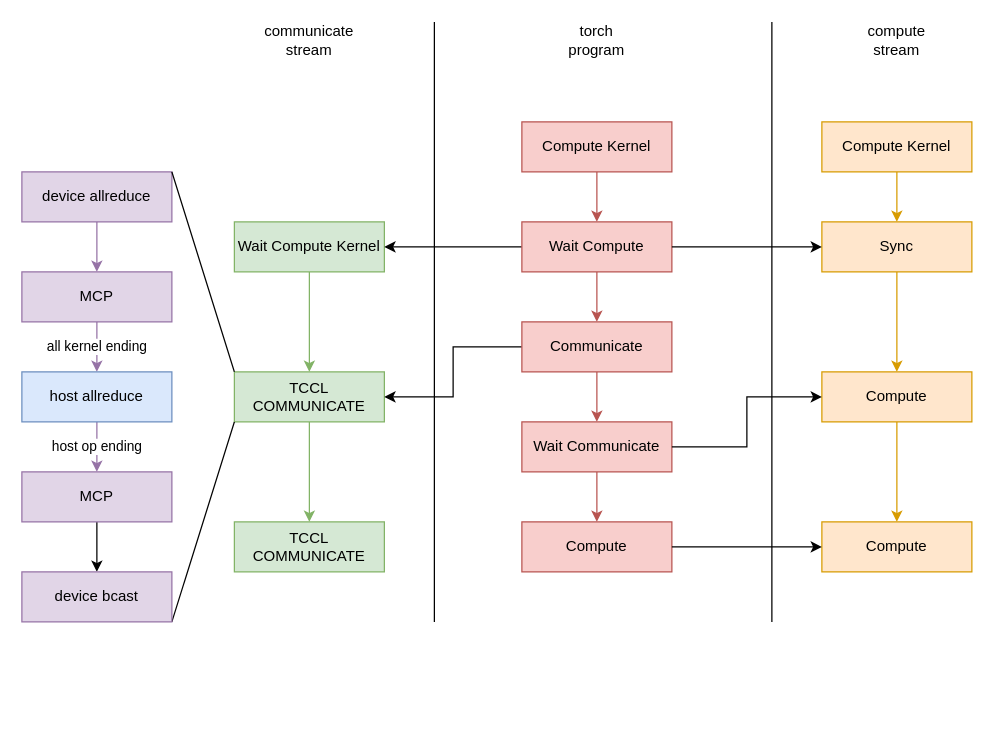
Earlier version of the draw.io diagram torch.drawio (BEYHHH/SBLP). Source tidied: cells renumbered, new cells numbered last; positions are measured from the earlier drawing's top-left corner, leaving out a move shared by most shapes. Both pictures are drawn from the tidied source at 125%, with x=0, y=0 at pixel (21, 21).
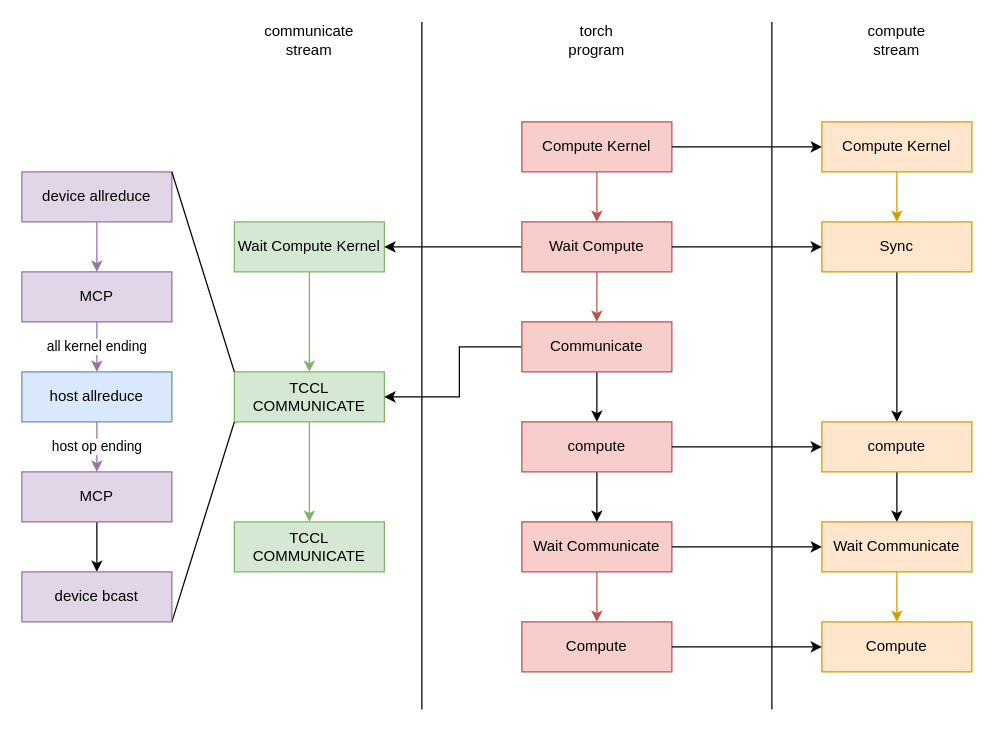
After the change.

The change refers to these unchanged cells:
```xml
<mxCell id="5" value="Compute Kernel" style="rounded=0;whiteSpace=wrap;html=1;fillColor=#ffe6cc;strokeColor=#d79b00;" parent="1" vertex="1">
  <mxGeometry x="640" y="80" width="120" height="40" as="geometry" />
</mxCell>
<mxCell id="8" value="Sync" style="rounded=0;whiteSpace=wrap;html=1;fillColor=#ffe6cc;strokeColor=#d79b00;" parent="1" vertex="1">
  <mxGeometry x="640" y="160" width="120" height="40" as="geometry" />
</mxCell>
<mxCell id="10" value="TCCL COMMUNICATE" style="rounded=0;whiteSpace=wrap;html=1;fillColor=#d5e8d4;strokeColor=#82b366;" parent="1" vertex="1">
  <mxGeometry x="170" y="280" width="120" height="40" as="geometry" />
</mxCell>
<mxCell id="29" value="Compute Kernel" style="rounded=0;whiteSpace=wrap;html=1;fillColor=#f8cecc;strokeColor=#b85450;" parent="1" vertex="1">
  <mxGeometry x="400" y="80" width="120" height="40" as="geometry" />
</mxCell>
<mxCell id="35" value="Communicate" style="rounded=0;whiteSpace=wrap;html=1;fillColor=#f8cecc;strokeColor=#b85450;" parent="1" vertex="1">
  <mxGeometry x="400" y="240" width="120" height="40" as="geometry" />
</mxCell>
```

What changed in the source:
```diff
@@
     <mxCell id="6" style="endArrow=none;html=1;rounded=0;" parent="1" edge="1">
       <mxGeometry relative="1" as="geometry">
-        <mxPoint x="600" y="480" as="sourcePoint" />
+        <mxPoint x="600" y="550" as="sourcePoint" />
         <mxPoint x="600" as="targetPoint" />
       </mxGeometry>
     </mxCell>
-    <mxCell id="7" style="edgeStyle=orthogonalEdgeStyle;rounded=0;jettySize=auto;html=1;fillColor=#ffe6cc;strokeColor=#d79b00;" parent="1" edge="1" source="8" target="12">
-      <mxGeometry relative="1" as="geometry" />
-    </mxCell>
+    <mxCell id="44" style="edgeStyle=orthogonalEdgeStyle;rounded=0;jettySize=auto;html=1;" parent="1" edge="1" source="8" target="49">
+      <mxGeometry relative="1" as="geometry" />
+    </mxCell>
@@
-    <mxCell id="12" value="Compute" style="rounded=0;whiteSpace=wrap;html=1;fillColor=#ffe6cc;strokeColor=#d79b00;" parent="1" vertex="1">
-      <mxGeometry x="640" y="280" width="120" height="40" as="geometry" />
+    <mxCell id="12" value="Wait Communicate" style="rounded=0;whiteSpace=wrap;html=1;fillColor=#ffe6cc;strokeColor=#d79b00;" parent="1" vertex="1">
+      <mxGeometry x="640" y="400" width="120" height="40" as="geometry" />
     </mxCell>
@@
     <mxCell id="14" value="Compute" style="rounded=0;whiteSpace=wrap;html=1;fillColor=#ffe6cc;strokeColor=#d79b00;" parent="1" vertex="1">
-      <mxGeometry x="640" y="400" width="120" height="40" as="geometry" />
+      <mxGeometry x="640" y="480" width="120" height="40" as="geometry" />
     </mxCell>
@@
     <mxCell id="27" style="endArrow=none;html=1;rounded=0;" parent="1" edge="1">
       <mxGeometry relative="1" as="geometry">
-        <mxPoint x="330" y="480" as="sourcePoint" />
-        <mxPoint x="330" as="targetPoint" />
+        <mxPoint x="320" y="550" as="sourcePoint" />
+        <mxPoint x="320" as="targetPoint" />
       </mxGeometry>
     </mxCell>
@@
-    <mxCell id="33" style="edgeStyle=orthogonalEdgeStyle;rounded=0;jettySize=auto;html=1;fillColor=#f8cecc;strokeColor=#b85450;" parent="1" edge="1" source="35" target="38">
-      <mxGeometry relative="1" as="geometry" />
-    </mxCell>
-    <mxCell id="34" style="edgeStyle=orthogonalEdgeStyle;rounded=0;jettySize=auto;html=1;" parent="1" edge="1" source="35" target="10">
+    <mxCell id="34" style="edgeStyle=orthogonalEdgeStyle;rounded=0;jettySize=auto;html=1;exitX=0;exitY=0.5;exitDx=0;exitDy=0;entryX=1;entryY=0.5;entryDx=0;entryDy=0;" parent="1" edge="1" source="35" target="10">
       <mxGeometry relative="1" as="geometry">
         <Array as="points">
-          <mxPoint x="345" y="260" />
-          <mxPoint x="345" y="300" />
+          <mxPoint x="350" y="260" />
+          <mxPoint x="350" y="300" />
         </Array>
       </mxGeometry>
     </mxCell>
+    <mxCell id="45" style="edgeStyle=orthogonalEdgeStyle;rounded=0;jettySize=auto;html=1;" parent="1" edge="1" source="35" target="47">
+      <mxGeometry relative="1" as="geometry" />
+    </mxCell>
@@
     <mxCell id="36" value="Compute" style="rounded=0;whiteSpace=wrap;html=1;fillColor=#f8cecc;strokeColor=#b85450;" parent="1" vertex="1">
-      <mxGeometry x="400" y="400" width="120" height="40" as="geometry" />
+      <mxGeometry x="400" y="480" width="120" height="40" as="geometry" />
     </mxCell>
@@
     <mxCell id="38" value="Wait Communicate" style="rounded=0;whiteSpace=wrap;html=1;fillColor=#f8cecc;strokeColor=#b85450;" parent="1" vertex="1">
-      <mxGeometry x="400" y="320" width="120" height="40" as="geometry" />
+      <mxGeometry x="400" y="400" width="120" height="40" as="geometry" />
     </mxCell>
@@
     <mxCell id="40" style="edgeStyle=orthogonalEdgeStyle;rounded=0;jettySize=auto;html=1;exitX=1;exitY=0.5;exitDx=0;exitDy=0;entryX=0;entryY=0.5;entryDx=0;entryDy=0;" parent="1" edge="1" source="38" target="12">
-      <mxGeometry relative="1" as="geometry" />
+      <mxGeometry relative="1" as="geometry">
+        <Array as="points">
+          <mxPoint x="580" y="420" />
+          <mxPoint x="580" y="420" />
+        </Array>
+      </mxGeometry>
     </mxCell>
     <mxCell id="41" style="edgeStyle=orthogonalEdgeStyle;rounded=0;jettySize=auto;html=1;exitX=1;exitY=0.5;exitDx=0;exitDy=0;entryX=0;entryY=0.5;entryDx=0;entryDy=0;" parent="1" edge="1" source="36" target="14">
       <mxGeometry relative="1" as="geometry">
         <Array as="points">
-          <mxPoint x="580" y="420" />
-          <mxPoint x="580" y="420" />
+          <mxPoint x="570" y="500" />
+          <mxPoint x="570" y="500" />
         </Array>
       </mxGeometry>
     </mxCell>
@@
+    <mxCell id="46" style="edgeStyle=orthogonalEdgeStyle;rounded=0;jettySize=auto;html=1;" parent="1" edge="1" source="47" target="38">
+      <mxGeometry relative="1" as="geometry" />
+    </mxCell>
+    <mxCell id="47" value="compute" style="rounded=0;whiteSpace=wrap;html=1;fillColor=#f8cecc;strokeColor=#b85450;" parent="1" vertex="1">
+      <mxGeometry x="400" y="320" width="120" height="40" as="geometry" />
+    </mxCell>
+    <mxCell id="48" style="edgeStyle=orthogonalEdgeStyle;rounded=0;jettySize=auto;html=1;" parent="1" edge="1" source="49" target="12">
+      <mxGeometry relative="1" as="geometry" />
+    </mxCell>
+    <mxCell id="49" value="compute" style="rounded=0;whiteSpace=wrap;html=1;fillColor=#ffe6cc;strokeColor=#d79b00;" parent="1" vertex="1">
+      <mxGeometry x="640" y="320" width="120" height="40" as="geometry" />
+    </mxCell>
+    <mxCell id="50" style="edgeStyle=orthogonalEdgeStyle;rounded=0;jettySize=auto;html=1;exitX=1;exitY=0.5;exitDx=0;exitDy=0;entryX=0;entryY=0.5;entryDx=0;entryDy=0;" parent="1" edge="1" source="47" target="49">
+      <mxGeometry relative="1" as="geometry" />
+    </mxCell>
+    <mxCell id="51" style="edgeStyle=orthogonalEdgeStyle;rounded=0;jettySize=auto;html=1;entryX=0;entryY=0.5;entryDx=0;entryDy=0;exitX=1;exitY=0.5;exitDx=0;exitDy=0;" parent="1" edge="1" source="29" target="5">
+      <mxGeometry relative="1" as="geometry" />
+    </mxCell>
```
